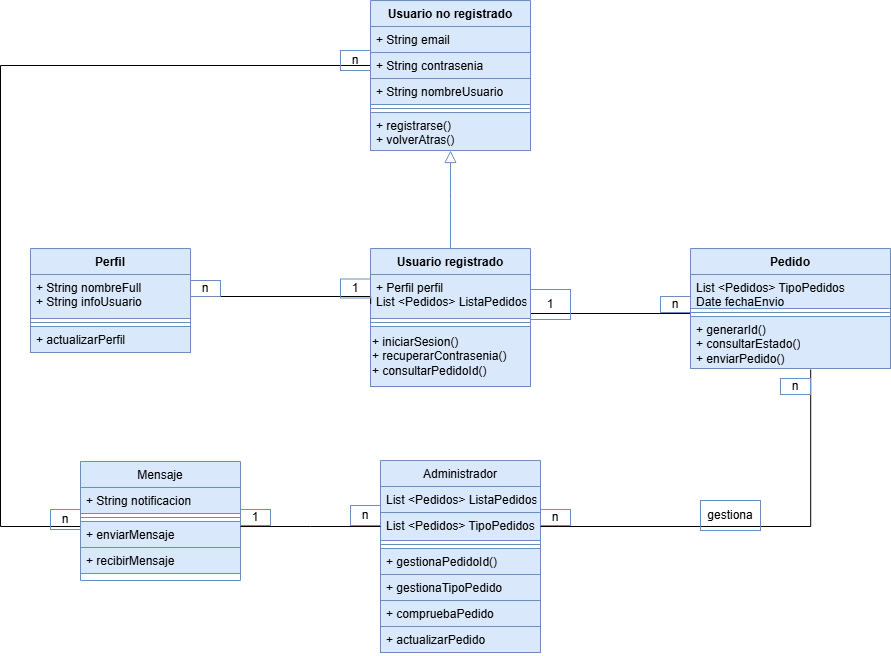
Above: images/diagramas/Diagrama de clases.drawio.png in Santyew/RecordVideoGG (draw.io), before the change. Source tidied: cells renumbered, new cells last; positions are measured from the earlier drawing's top-left corner, leaving out a move shared by most shapes.
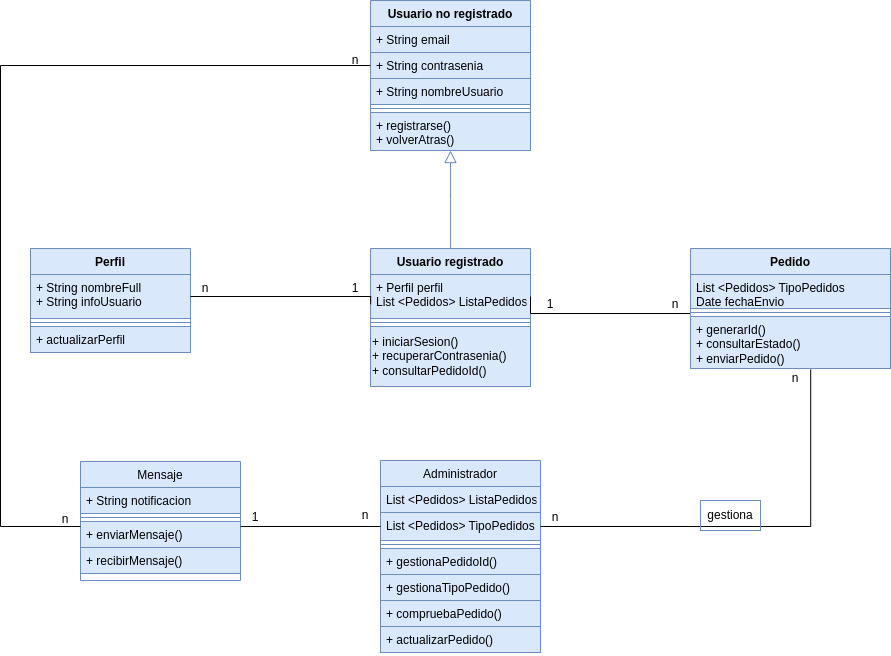
After the change.

Change to the diagram source:
```diff
@@ -35,13 +35,13 @@
     <mxCell id="12" value="+ gestionaPedidoId()" style="text;align=left;verticalAlign=top;spacingLeft=4;spacingRight=4;overflow=hidden;fontStyle=0;fillColor=#dae8fc;strokeColor=#6c8ebf;" parent="8" vertex="1">
       <mxGeometry y="88" width="160" height="26" as="geometry" />
     </mxCell>
-    <mxCell id="13" value="+ gestionaTipoPedido" style="text;align=left;verticalAlign=top;spacingLeft=4;spacingRight=4;overflow=hidden;fillColor=#dae8fc;strokeColor=#6c8ebf;" parent="8" vertex="1">
+    <mxCell id="13" value="+ gestionaTipoPedido()" style="text;align=left;verticalAlign=top;spacingLeft=4;spacingRight=4;overflow=hidden;fillColor=#dae8fc;strokeColor=#6c8ebf;" parent="8" vertex="1">
       <mxGeometry y="114" width="160" height="26" as="geometry" />
     </mxCell>
-    <mxCell id="14" value="+ compruebaPedido" style="text;align=left;verticalAlign=top;spacingLeft=4;spacingRight=4;overflow=hidden;fillColor=#dae8fc;strokeColor=#6c8ebf;" parent="8" vertex="1">
+    <mxCell id="14" value="+ compruebaPedido()" style="text;align=left;verticalAlign=top;spacingLeft=4;spacingRight=4;overflow=hidden;fillColor=#dae8fc;strokeColor=#6c8ebf;" parent="8" vertex="1">
       <mxGeometry y="140" width="160" height="26" as="geometry" />
     </mxCell>
-    <mxCell id="15" value="+ actualizarPedido" style="text;align=left;verticalAlign=top;spacingLeft=4;spacingRight=4;overflow=hidden;fillColor=#dae8fc;strokeColor=#6c8ebf;" parent="8" vertex="1">
+    <mxCell id="15" value="+ actualizarPedido()" style="text;align=left;verticalAlign=top;spacingLeft=4;spacingRight=4;overflow=hidden;fillColor=#dae8fc;strokeColor=#6c8ebf;" parent="8" vertex="1">
       <mxGeometry y="166" width="160" height="26" as="geometry" />
     </mxCell>
     <mxCell id="16" value="Usuario registrado" style="swimlane;fontStyle=1;align=center;verticalAlign=top;horizontal=1;startSize=26;rounded=0;shadow=0;strokeWidth=1;fillColor=#dae8fc;strokeColor=#6c8ebf;" parent="1" vertex="1">
@@ -97,16 +97,16 @@
         </Array>
       </mxGeometry>
     </mxCell>
-    <mxCell id="31" value="n" style="text;html=1;align=center;verticalAlign=middle;whiteSpace=wrap;rounded=0;fillColor=none;strokeColor=#6c8ebf;" parent="1" vertex="1">
+    <mxCell id="31" value="n" style="text;html=1;align=center;verticalAlign=middle;whiteSpace=wrap;rounded=0;fillColor=none;strokeColor=none;" parent="1" vertex="1">
       <mxGeometry x="190" y="280" width="30" height="16" as="geometry" />
     </mxCell>
-    <mxCell id="32" value="1" style="text;html=1;align=center;verticalAlign=middle;whiteSpace=wrap;rounded=0;fillColor=none;strokeColor=#6c8ebf;" parent="1" vertex="1">
+    <mxCell id="32" value="1" style="text;html=1;align=center;verticalAlign=middle;whiteSpace=wrap;rounded=0;fillColor=none;strokeColor=none;" parent="1" vertex="1">
       <mxGeometry x="240" y="509" width="30" height="16" as="geometry" />
     </mxCell>
-    <mxCell id="33" value="1" style="text;html=1;align=center;verticalAlign=middle;whiteSpace=wrap;rounded=0;fillColor=none;strokeColor=#6c8ebf;" parent="1" vertex="1">
+    <mxCell id="33" value="1" style="text;html=1;align=center;verticalAlign=middle;whiteSpace=wrap;rounded=0;fillColor=none;strokeColor=none;" parent="1" vertex="1">
       <mxGeometry x="530" y="289" width="40" height="30" as="geometry" />
     </mxCell>
-    <mxCell id="34" value="n" style="text;html=1;align=center;verticalAlign=middle;whiteSpace=wrap;rounded=0;fillColor=none;strokeColor=#6c8ebf;" parent="1" vertex="1">
+    <mxCell id="34" value="n" style="text;html=1;align=center;verticalAlign=middle;whiteSpace=wrap;rounded=0;fillColor=none;strokeColor=none;" parent="1" vertex="1">
       <mxGeometry x="660" y="296" width="30" height="16" as="geometry" />
     </mxCell>
     <mxCell id="35" value="Mensaje" style="swimlane;fontStyle=0;align=center;verticalAlign=top;horizontal=1;startSize=26;rounded=0;shadow=0;strokeWidth=1;fillColor=#dae8fc;strokeColor=#6c8ebf;" parent="1" vertex="1">
@@ -118,19 +118,19 @@
     <mxCell id="37" style="line;html=1;strokeWidth=1;align=left;verticalAlign=middle;spacingTop=-1;spacingLeft=3;spacingRight=3;labelPosition=right;fillColor=#dae8fc;strokeColor=#6c8ebf;" parent="35" vertex="1">
       <mxGeometry y="52" width="160" height="8" as="geometry" />
     </mxCell>
-    <mxCell id="38" value="+ enviarMensaje" style="text;align=left;verticalAlign=top;spacingLeft=4;spacingRight=4;overflow=hidden;fontStyle=0;fillColor=#dae8fc;strokeColor=#6c8ebf;" parent="35" vertex="1">
+    <mxCell id="38" value="+ enviarMensaje()" style="text;align=left;verticalAlign=top;spacingLeft=4;spacingRight=4;overflow=hidden;fontStyle=0;fillColor=#dae8fc;strokeColor=#6c8ebf;" parent="35" vertex="1">
       <mxGeometry y="60" width="160" height="26" as="geometry" />
     </mxCell>
-    <mxCell id="39" value="+ recibirMensaje" style="text;align=left;verticalAlign=top;spacingLeft=4;spacingRight=4;overflow=hidden;fillColor=#dae8fc;strokeColor=#6c8ebf;" parent="35" vertex="1">
+    <mxCell id="39" value="+ recibirMensaje()" style="text;align=left;verticalAlign=top;spacingLeft=4;spacingRight=4;overflow=hidden;fillColor=#dae8fc;strokeColor=#6c8ebf;" parent="35" vertex="1">
       <mxGeometry y="86" width="160" height="26" as="geometry" />
     </mxCell>
     <mxCell id="40" style="edgeStyle=orthogonalEdgeStyle;rounded=0;jettySize=auto;html=1;entryX=0.601;entryY=1.019;entryDx=0;entryDy=0;entryPerimeter=0;endArrow=none;startFill=0;fillColor=#dae8fc;strokeColor=#000000;" parent="1" edge="1" source="10" target="29">
       <mxGeometry relative="1" as="geometry" />
     </mxCell>
-    <mxCell id="41" value="n" style="text;html=1;align=center;verticalAlign=middle;whiteSpace=wrap;rounded=0;fillColor=none;strokeColor=#6c8ebf;" parent="1" vertex="1">
-      <mxGeometry x="780" y="378" width="30" height="16" as="geometry" />
+    <mxCell id="41" value="n" style="text;html=1;align=center;verticalAlign=middle;whiteSpace=wrap;rounded=0;fillColor=none;strokeColor=none;" parent="1" vertex="1">
+      <mxGeometry x="780" y="370" width="30" height="16" as="geometry" />
     </mxCell>
-    <mxCell id="42" value="n" style="text;html=1;align=center;verticalAlign=middle;whiteSpace=wrap;rounded=0;fillColor=none;strokeColor=#6c8ebf;" parent="1" vertex="1">
+    <mxCell id="42" value="n" style="text;html=1;align=center;verticalAlign=middle;whiteSpace=wrap;rounded=0;fillColor=none;strokeColor=none;" parent="1" vertex="1">
       <mxGeometry x="350" y="505" width="30" height="20" as="geometry" />
     </mxCell>
     <mxCell id="43" style="edgeStyle=orthogonalEdgeStyle;rounded=0;jettySize=auto;html=1;entryX=1;entryY=0.5;entryDx=0;entryDy=0;endArrow=none;startFill=0;fillColor=#dae8fc;strokeColor=#000000;" parent="1" edge="1" source="10">
@@ -141,7 +141,7 @@
     <mxCell id="44" value="gestiona" style="text;html=1;align=center;verticalAlign=middle;whiteSpace=wrap;rounded=0;fillColor=none;strokeColor=#6c8ebf;" parent="1" vertex="1">
       <mxGeometry x="700" y="500" width="60" height="30" as="geometry" />
     </mxCell>
-    <mxCell id="45" value="n" style="text;html=1;align=center;verticalAlign=middle;whiteSpace=wrap;rounded=0;fillColor=none;strokeColor=#6c8ebf;" parent="1" vertex="1">
+    <mxCell id="45" value="n" style="text;html=1;align=center;verticalAlign=middle;whiteSpace=wrap;rounded=0;fillColor=none;strokeColor=none;" parent="1" vertex="1">
       <mxGeometry x="540" y="509" width="30" height="16" as="geometry" />
     </mxCell>
     <mxCell id="46" style="edgeStyle=orthogonalEdgeStyle;rounded=0;jettySize=auto;html=1;entryX=0;entryY=0.5;entryDx=0;entryDy=0;endArrow=none;startFill=0;fillColor=#dae8fc;strokeColor=#000000;" parent="1" edge="1" target="4">
@@ -153,13 +153,13 @@
         </Array>
       </mxGeometry>
     </mxCell>
-    <mxCell id="47" value="n" style="text;html=1;align=center;verticalAlign=middle;whiteSpace=wrap;rounded=0;fillColor=none;strokeColor=#6c8ebf;" parent="1" vertex="1">
+    <mxCell id="47" value="n" style="text;html=1;align=center;verticalAlign=middle;whiteSpace=wrap;rounded=0;fillColor=none;strokeColor=none;" parent="1" vertex="1">
       <mxGeometry x="340" y="50" width="30" height="20" as="geometry" />
     </mxCell>
-    <mxCell id="48" value="n" style="text;html=1;align=center;verticalAlign=middle;whiteSpace=wrap;rounded=0;fillColor=none;strokeColor=#6c8ebf;" parent="1" vertex="1">
+    <mxCell id="48" value="n" style="text;html=1;align=center;verticalAlign=middle;whiteSpace=wrap;rounded=0;fillColor=none;strokeColor=none;" parent="1" vertex="1">
       <mxGeometry x="50" y="509" width="30" height="20" as="geometry" />
     </mxCell>
-    <mxCell id="49" value="1" style="text;html=1;align=center;verticalAlign=middle;whiteSpace=wrap;rounded=0;fillColor=none;strokeColor=#6c8ebf;" parent="1" vertex="1">
+    <mxCell id="49" value="1" style="text;html=1;align=center;verticalAlign=middle;whiteSpace=wrap;rounded=0;fillColor=none;strokeColor=none;" parent="1" vertex="1">
       <mxGeometry x="340" y="278.5" width="30" height="19" as="geometry" />
     </mxCell>
   </root>
```
